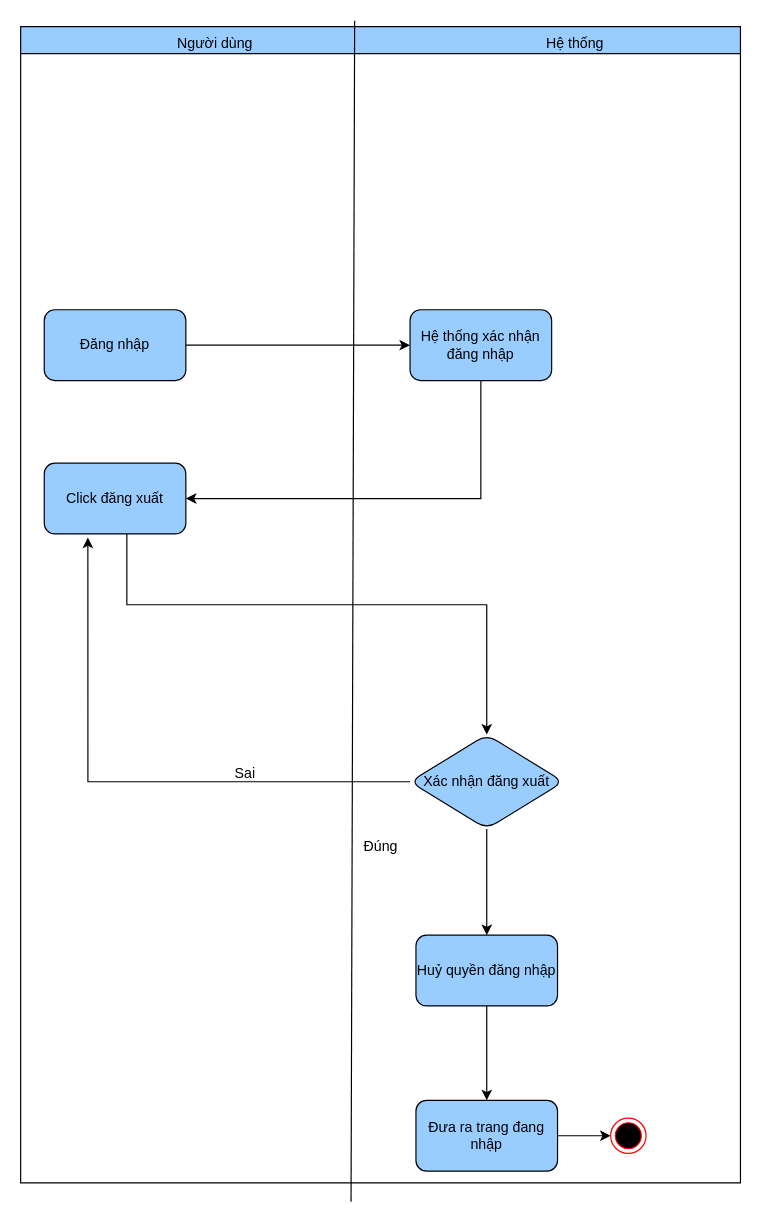
Above: page "Activity Đăng xuất" (5 of 33) of Biểu đồ không có tiêu đề.drawio in anhduy7723/api_auth (draw.io), before the change. Source tidied: cells renumbered, new cells numbered last; positions are measured from the earlier drawing's top-left corner, leaving out a move shared by most shapes. Both pictures are drawn from the tidied source at 118%, with x=0, y=0 at pixel (20, 26).
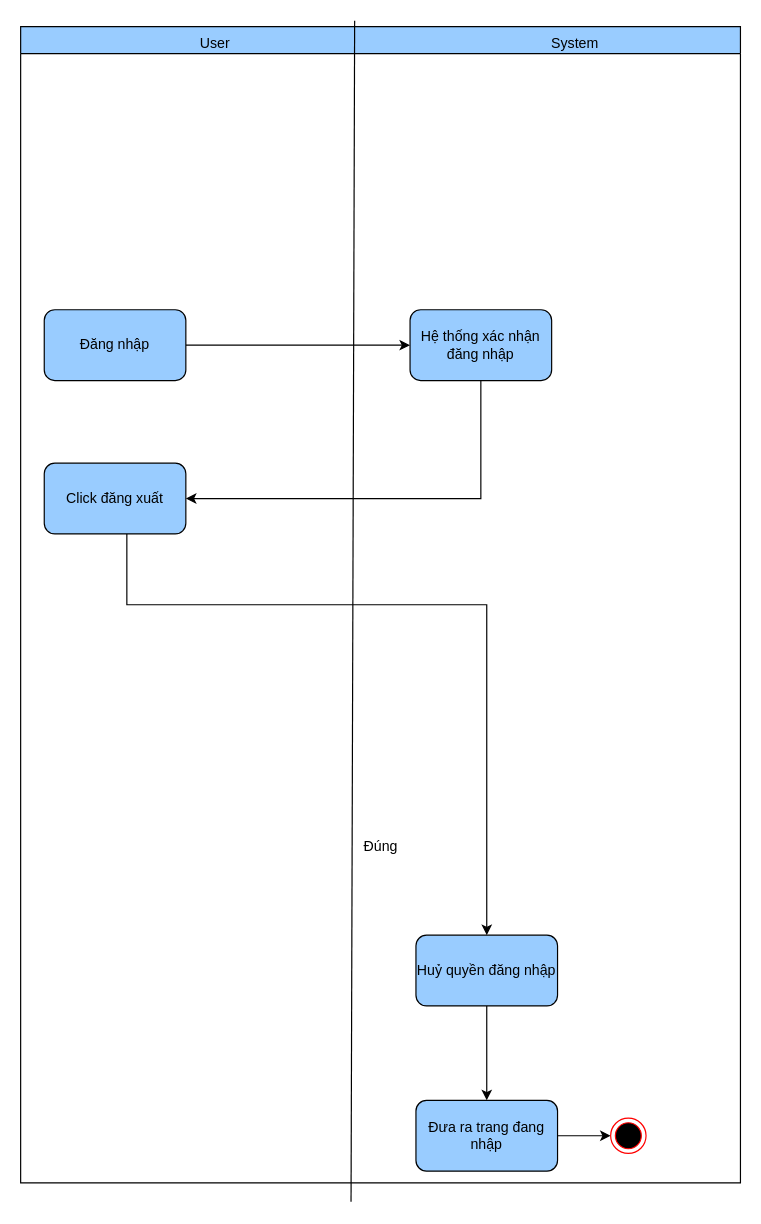
The same page after the edit.

The change refers to these unchanged cells:
```xml
<mxCell id="6" value="Click đăng xuất" style="rounded=1;whiteSpace=wrap;html=1;fillColor=#99CCFF;" parent="1" vertex="1">
  <mxGeometry x="20" y="370" width="120" height="60" as="geometry" />
</mxCell>
<mxCell id="9" style="swimlane;fillColor=#99CCFF;" parent="1" vertex="1">
  <mxGeometry width="610" height="980" as="geometry" />
</mxCell>
<mxCell id="10" value="Huỷ quyền đăng nhập" style="whiteSpace=wrap;html=1;rounded=1;fillColor=#99CCFF;" parent="9" vertex="1">
  <mxGeometry x="335" y="770" width="120" height="60" as="geometry" />
</mxCell>
```

Diff of the diagram source:
```diff
@@
-    <mxCell id="5" style="edgeStyle=orthogonalEdgeStyle;rounded=0;jettySize=auto;html=1;entryX=0.5;entryY=0;entryDx=0;entryDy=0;" parent="1" edge="1" source="6" target="15">
+    <mxCell id="5" style="edgeStyle=orthogonalEdgeStyle;rounded=0;jettySize=auto;html=1;" parent="1" edge="1" source="6" target="10">
       <mxGeometry relative="1" as="geometry">
         <Array as="points">
           <mxPoint x="90" y="490" />
           <mxPoint x="395" y="490" />
         </Array>
       </mxGeometry>
     </mxCell>
@@
-    <mxCell id="8" style="edgeStyle=orthogonalEdgeStyle;rounded=0;jettySize=auto;html=1;entryX=0.308;entryY=1.05;entryDx=0;entryDy=0;entryPerimeter=0;" parent="1" edge="1" source="15" target="6">
-      <mxGeometry relative="1" as="geometry" />
-    </mxCell>
@@
-    <mxCell id="15" value="Xác nhận đăng xuất" style="rhombus;whiteSpace=wrap;html=1;rounded=1;fillColor=#99CCFF;" parent="9" vertex="1">
-      <mxGeometry x="330" y="600" width="130" height="80" as="geometry" />
-    </mxCell>
-    <mxCell id="16" style="edgeStyle=none;rounded=0;jettySize=auto;html=1;" parent="9" edge="1" source="15" target="10">
-      <mxGeometry relative="1" as="geometry" />
-    </mxCell>
-    <mxCell id="17" value="Sai" style="text;html=1;align=center;verticalAlign=middle;strokeColor=none;fillColor=none;" parent="9" vertex="1">
-      <mxGeometry x="170" y="618" width="40" height="30" as="geometry" />
-    </mxCell>
@@
-    <mxCell id="19" value="Người dùng" style="text;html=1;align=center;verticalAlign=middle;whiteSpace=wrap;rounded=0;" parent="9" vertex="1">
+    <mxCell id="19" value="User" style="text;html=1;align=center;verticalAlign=middle;whiteSpace=wrap;rounded=0;" parent="9" vertex="1">
       <mxGeometry x="120" width="90" height="30" as="geometry" />
     </mxCell>
-    <mxCell id="20" value="Hệ thống" style="text;html=1;align=center;verticalAlign=middle;whiteSpace=wrap;rounded=0;" parent="9" vertex="1">
+    <mxCell id="20" value="System" style="text;html=1;align=center;verticalAlign=middle;whiteSpace=wrap;rounded=0;" parent="9" vertex="1">
       <mxGeometry x="440" width="60" height="30" as="geometry" />
     </mxCell>
```
